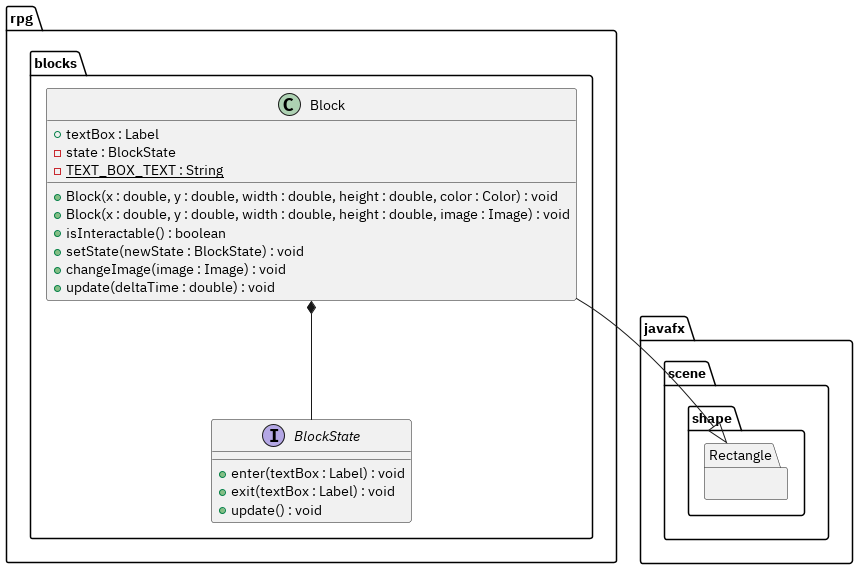
Earlier version of the PlantUML export docs/uml/class/blocks_block.png (trueNAHO/university-programming-fundamentals-2). Source of this version:
```plantuml
@startuml

package javafx.scene.shape.Rectangle {
}

package rpg.blocks {
    class Block {
        +textBox : Label
        -state : BlockState
        -{static} TEXT_BOX_TEXT : String

        +Block(x : double, y : double, width : double, height : double, color : Color) : void
        +Block(x : double, y : double, width : double, height : double, image : Image) : void
        +isInteractable() : boolean
        +setState(newState : BlockState) : void
        +changeImage(image : Image) : void
        +update(deltaTime : double) : void
    }

    interface BlockState {
        +enter(textBox : Label) : void
        +exit(textBox : Label) : void
        +update() : void
    }
}

rpg.blocks.Block *-- rpg.blocks.BlockState
rpg.blocks.Block --|> javafx.scene.shape.Rectangle


@enduml
```
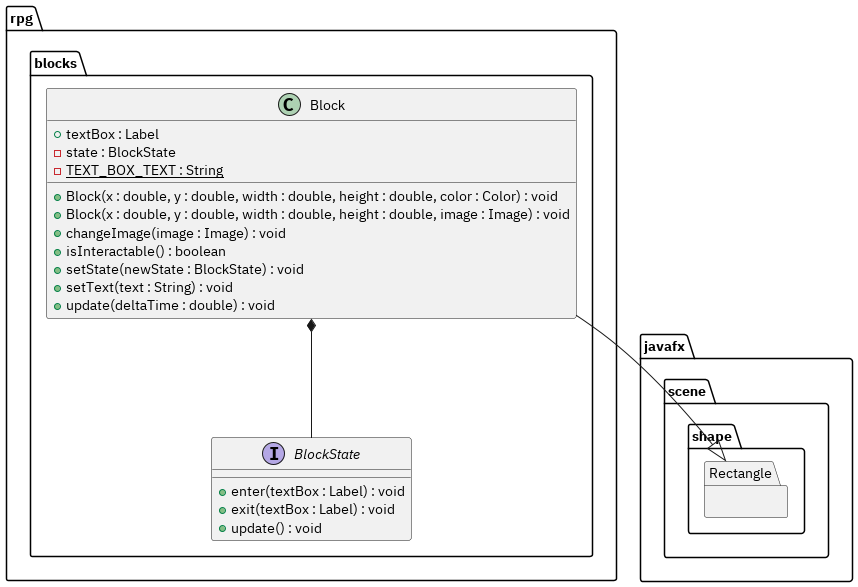
The same diagram one commit later.

What changed in the source:
```diff
@@ -11,9 +11,10 @@
 
         +Block(x : double, y : double, width : double, height : double, color : Color) : void
         +Block(x : double, y : double, width : double, height : double, image : Image) : void
+        +changeImage(image : Image) : void
         +isInteractable() : boolean
         +setState(newState : BlockState) : void
-        +changeImage(image : Image) : void
+        +setText(text : String) : void
         +update(deltaTime : double) : void
     }
 
```
